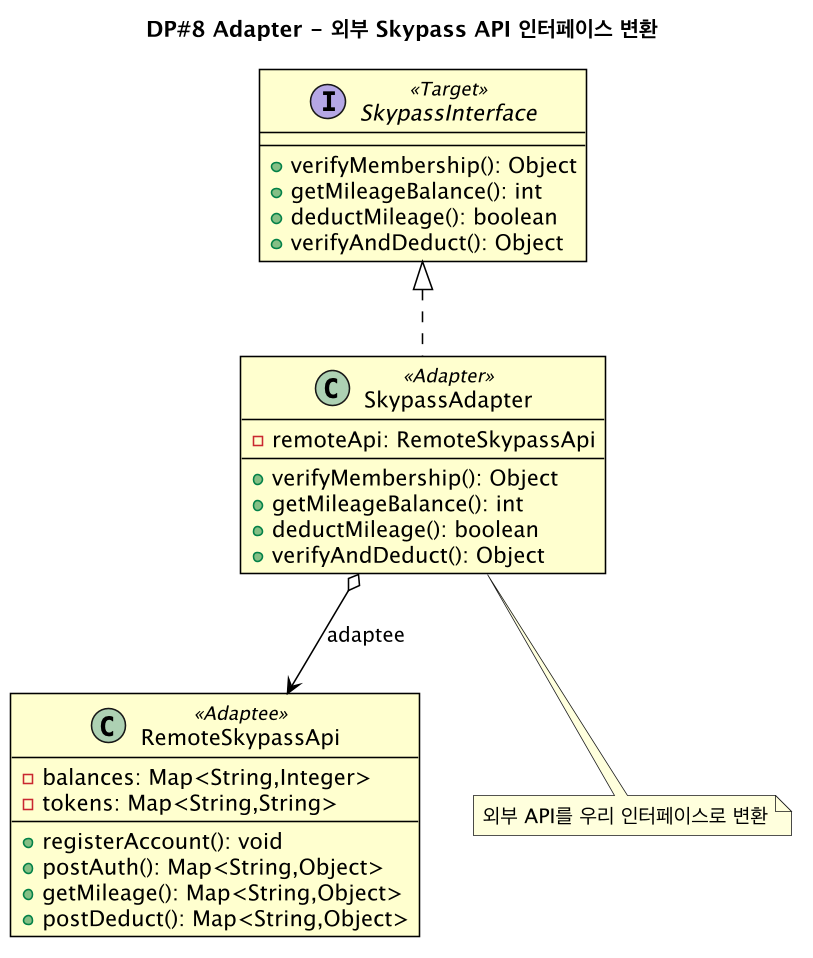
Earlier version of the PlantUML export docs/diagrams/iter4-puml/dp8-adapter.png (gimjungwook/KoreanAirReservationDomain). Source of this version:
```plantuml
@startuml dp8-adapter
!include _style.puml
title DP#8 Adapter - 외부 Skypass API 인터페이스 변환
interface SkypassInterface <<Target>> {
  +verifyMembership(): Object
  +getMileageBalance(): int
  +deductMileage(): boolean
  +verifyAndDeduct(): Object
}
class SkypassAdapter <<Adapter>> {
  -remoteApi: RemoteSkypassApi
  --
  +verifyMembership(): Object
  +getMileageBalance(): int
  +deductMileage(): boolean
  +verifyAndDeduct(): Object
}
class RemoteSkypassApi <<Adaptee>> {
  -balances: Map<String,Integer>
  -tokens: Map<String,String>
  --
  +registerAccount(): void
  +postAuth(): Map<String,Object>
  +getMileage(): Map<String,Object>
  +postDeduct(): Map<String,Object>
}
SkypassInterface <|.. SkypassAdapter
SkypassAdapter o--> RemoteSkypassApi : adaptee
note bottom of SkypassAdapter : 외부 API를 우리 인터페이스로 변환
@enduml
```
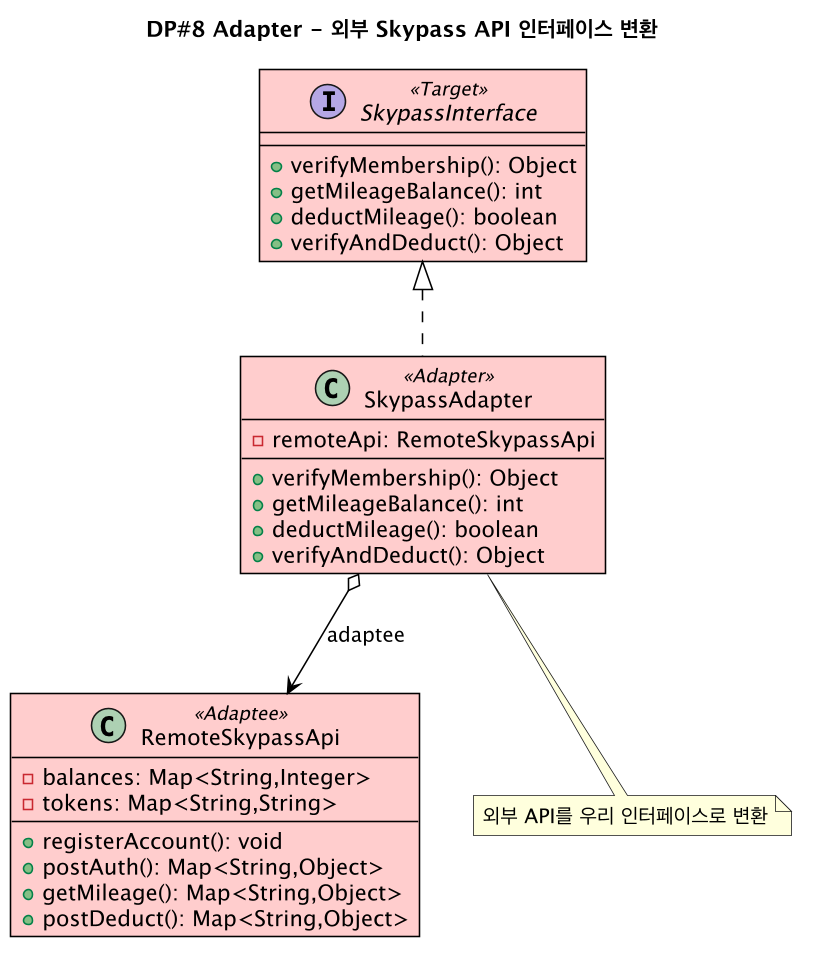
After the commit.

Diff of the diagram source:
```diff
@@ -1,13 +1,13 @@
 @startuml dp8-adapter
 !include _style.puml
 title DP#8 Adapter - 외부 Skypass API 인터페이스 변환
-interface SkypassInterface <<Target>> {
+interface SkypassInterface <<Target>> #FFCCCC {
   +verifyMembership(): Object
   +getMileageBalance(): int
   +deductMileage(): boolean
   +verifyAndDeduct(): Object
 }
-class SkypassAdapter <<Adapter>> {
+class SkypassAdapter <<Adapter>> #FFCCCC {
   -remoteApi: RemoteSkypassApi
   --
   +verifyMembership(): Object
@@ -15,7 +15,7 @@
   +deductMileage(): boolean
   +verifyAndDeduct(): Object
 }
-class RemoteSkypassApi <<Adaptee>> {
+class RemoteSkypassApi <<Adaptee>> #FFCCCC {
   -balances: Map<String,Integer>
   -tokens: Map<String,String>
   --
```
